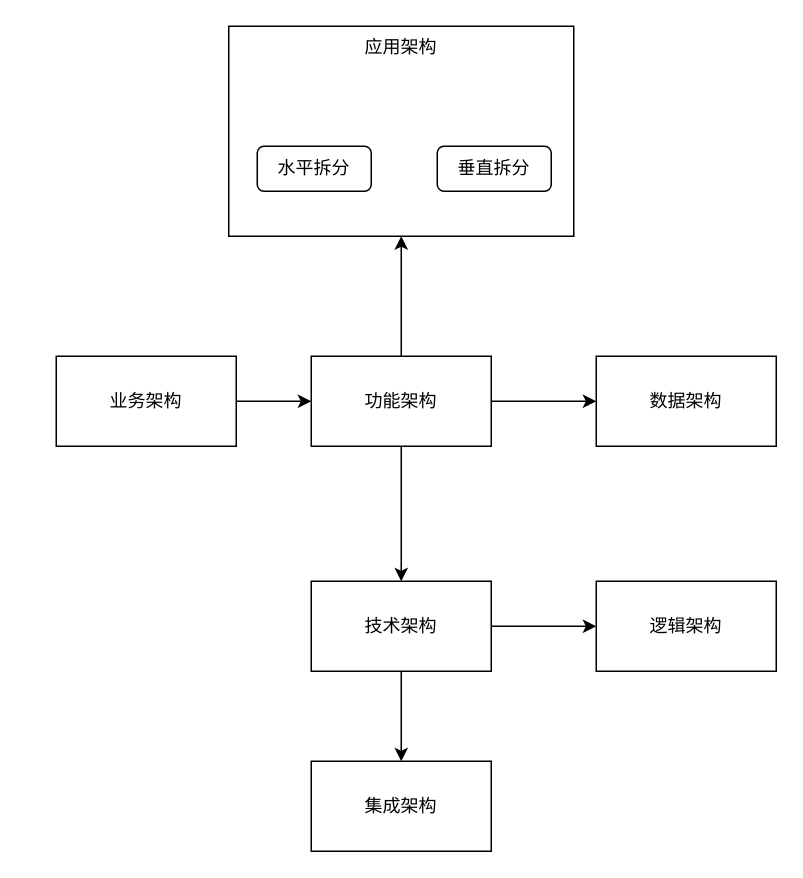
Before: page "架构" (5 of 5) of 技术栈.drawio in ProgrammerLZ/drawio, a draw.io diagram. Source tidied: cells renumbered, new cells numbered last; positions are measured from the earlier drawing's top-left corner, leaving out a move shared by most shapes. Both pictures are drawn from the tidied source at 150%, with x=0, y=0 at pixel (56, 26).
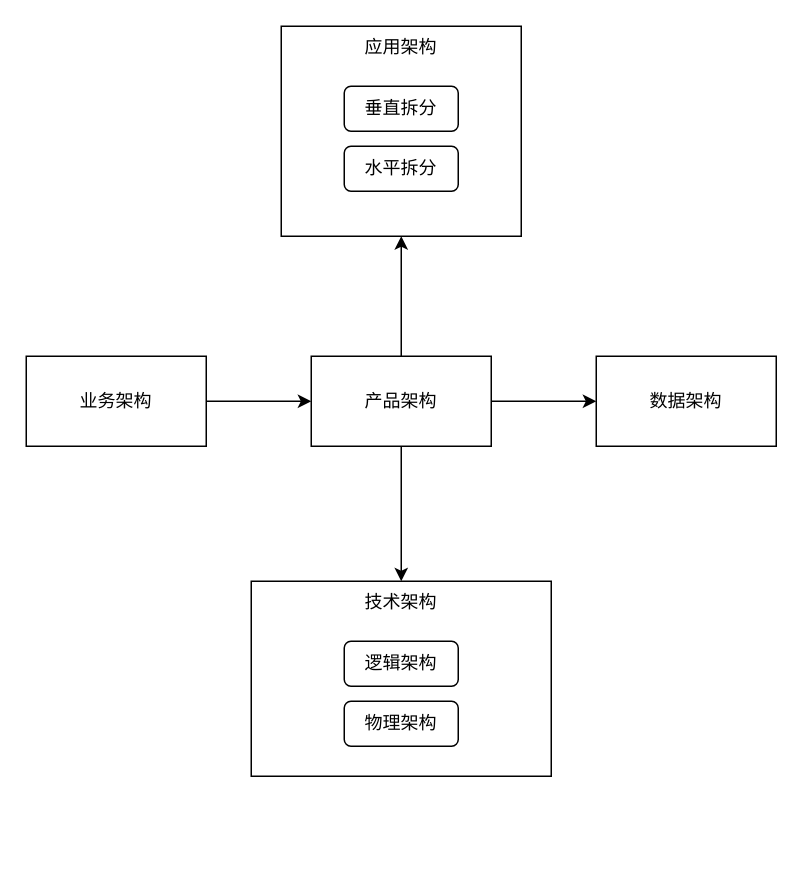
After the change.

Commit message (it also covers changes not shown here):
更新技术栈.drawio

Diff of the diagram source:
```diff
@@
 <mxGraphModel>
   <root>
     <mxCell id="0" />
     <mxCell id="1" parent="0" />
     <mxCell id="2" style="edgeStyle=orthogonalEdgeStyle;rounded=0;jettySize=auto;html=1;" parent="1" edge="1" source="3" target="7">
       <mxGeometry relative="1" as="geometry" />
     </mxCell>
     <mxCell id="3" value="业务架构" style="rounded=0;whiteSpace=wrap;html=1;" parent="1" vertex="1">
-      <mxGeometry y="220" width="120" height="60" as="geometry" />
+      <mxGeometry x="-20" y="220" width="120" height="60" as="geometry" />
     </mxCell>
     <mxCell id="4" style="edgeStyle=orthogonalEdgeStyle;rounded=0;jettySize=auto;html=1;" parent="1" edge="1" source="7" target="14">
       <mxGeometry relative="1" as="geometry" />
     </mxCell>
     <mxCell id="5" style="edgeStyle=orthogonalEdgeStyle;rounded=0;jettySize=auto;html=1;" parent="1" edge="1" source="7" target="8">
       <mxGeometry relative="1" as="geometry" />
     </mxCell>
     <mxCell id="6" style="edgeStyle=orthogonalEdgeStyle;rounded=0;jettySize=auto;html=1;" parent="1" edge="1" source="7" target="11">
       <mxGeometry relative="1" as="geometry" />
     </mxCell>
-    <mxCell id="7" value="功能架构" style="rounded=0;whiteSpace=wrap;html=1;" parent="1" vertex="1">
+    <mxCell id="7" value="产品架构" style="rounded=0;whiteSpace=wrap;html=1;" parent="1" vertex="1">
       <mxGeometry x="170" y="220" width="120" height="60" as="geometry" />
     </mxCell>
     <mxCell id="8" value="数据架构" style="rounded=0;whiteSpace=wrap;html=1;" parent="1" vertex="1">
       <mxGeometry x="360" y="220" width="120" height="60" as="geometry" />
     </mxCell>
-    <mxCell id="9" style="edgeStyle=orthogonalEdgeStyle;rounded=0;jettySize=auto;html=1;" parent="1" edge="1" source="11" target="12">
-      <mxGeometry relative="1" as="geometry" />
-    </mxCell>
-    <mxCell id="10" style="edgeStyle=orthogonalEdgeStyle;rounded=0;jettySize=auto;html=1;" parent="1" edge="1" source="11" target="13">
-      <mxGeometry relative="1" as="geometry" />
-    </mxCell>
-    <mxCell id="11" value="技术架构" style="rounded=0;whiteSpace=wrap;html=1;" parent="1" vertex="1">
-      <mxGeometry x="170" y="370" width="120" height="60" as="geometry" />
+    <mxCell id="11" value="技术架构" style="rounded=0;whiteSpace=wrap;html=1;verticalAlign=top;" parent="1" vertex="1">
+      <mxGeometry x="130" y="370" width="200" height="130" as="geometry" />
     </mxCell>
-    <mxCell id="12" value="逻辑架构" style="rounded=0;whiteSpace=wrap;html=1;" parent="1" vertex="1">
-      <mxGeometry x="360" y="370" width="120" height="60" as="geometry" />
-    </mxCell>
-    <mxCell id="13" value="集成架构" style="rounded=0;whiteSpace=wrap;html=1;" parent="1" vertex="1">
-      <mxGeometry x="170" y="490" width="120" height="60" as="geometry" />
-    </mxCell>
     <mxCell id="14" value="应用架构" style="rounded=0;whiteSpace=wrap;html=1;verticalAlign=top;" parent="1" vertex="1">
-      <mxGeometry x="115" width="230" height="140" as="geometry" />
+      <mxGeometry x="150" width="160" height="140" as="geometry" />
     </mxCell>
     <mxCell id="15" value="水平拆分" style="rounded=1;whiteSpace=wrap;html=1;" parent="1" vertex="1">
-      <mxGeometry x="134" y="80" width="76" height="30" as="geometry" />
+      <mxGeometry x="192" y="80" width="76" height="30" as="geometry" />
     </mxCell>
     <mxCell id="16" value="垂直拆分" style="rounded=1;whiteSpace=wrap;html=1;" parent="1" vertex="1">
-      <mxGeometry x="254" y="80" width="76" height="30" as="geometry" />
+      <mxGeometry x="192" y="40" width="76" height="30" as="geometry" />
     </mxCell>
+    <mxCell id="12" value="逻辑架构" style="rounded=1;whiteSpace=wrap;html=1;" parent="1" vertex="1">
+      <mxGeometry x="192" y="410" width="76" height="30" as="geometry" />
+    </mxCell>
+    <mxCell id="17" value="物理架构" style="rounded=1;whiteSpace=wrap;html=1;" parent="1" vertex="1">
+      <mxGeometry x="192" y="450" width="76" height="30" as="geometry" />
+    </mxCell>
   </root>
 </mxGraphModel>
```
